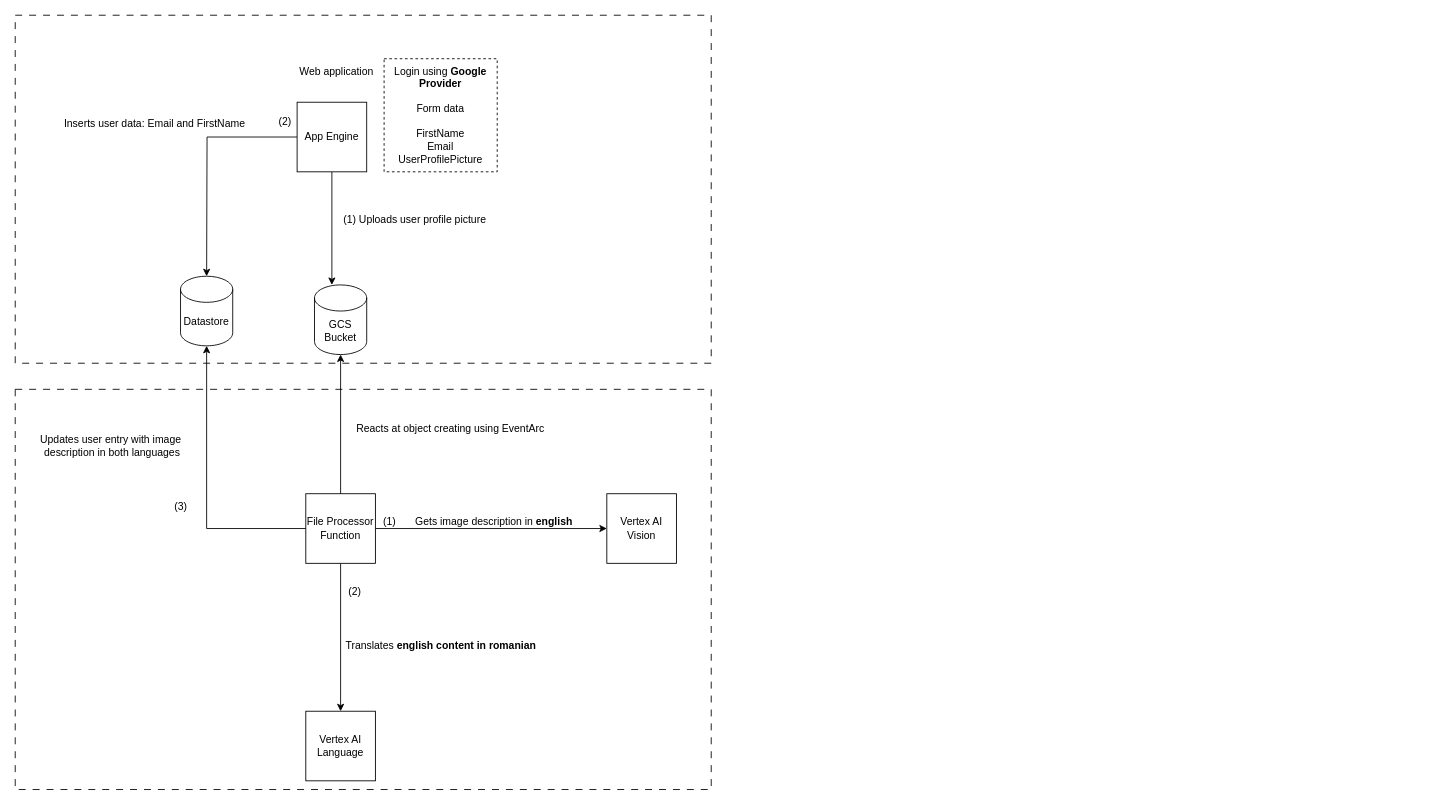
This is samples/google-cloud-sample/diagrams/google_cloud_app.drawio from matei97/fii-cloud-computing-practice, a draw.io file, before an edit. Source tidied: cells renumbered, new cells numbered last; positions are measured from the earlier drawing's top-left corner, leaving out a move shared by most shapes. Both pictures are drawn from the tidied source at 87%, with x=0, y=0 at pixel (15, 15).
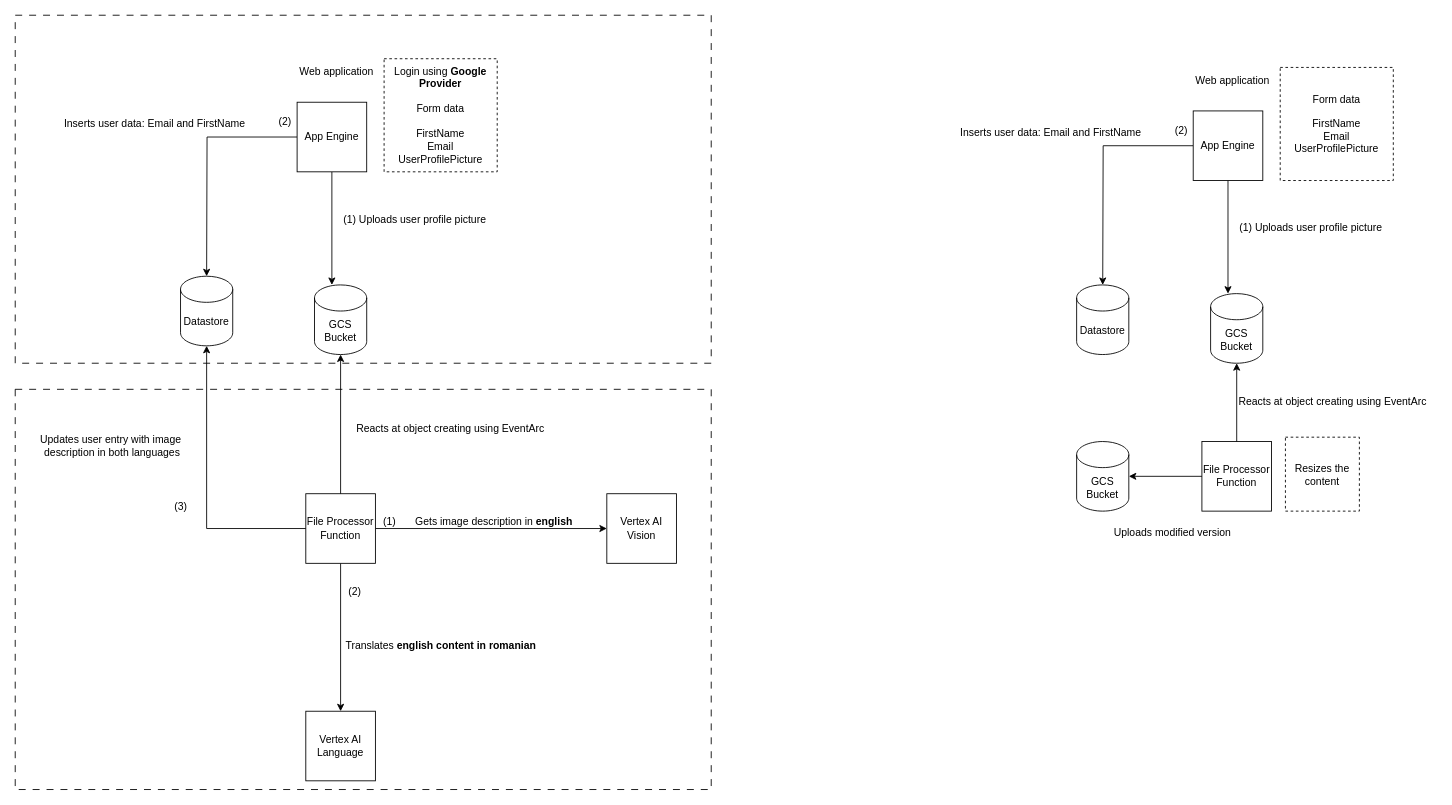
The same diagram, later.

Diff of the diagram source:
```diff
@@
+    <mxCell id="28" value="Web application" style="text;html=1;align=center;verticalAlign=middle;strokeColor=none;fillColor=none;" parent="1" vertex="1">
+      <mxGeometry x="1344" y="60" width="110" height="30" as="geometry" />
+    </mxCell>
+    <mxCell id="29" value="Form data&lt;div&gt;&lt;br&gt;&lt;div&gt;FirstName&lt;/div&gt;&lt;div&gt;Email&lt;br&gt;UserProfilePicture&lt;/div&gt;&lt;/div&gt;" style="whiteSpace=wrap;html=1;dashed=1;" parent="1" vertex="1">
+      <mxGeometry x="1454" y="60" width="130" height="130" as="geometry" />
+    </mxCell>
+    <mxCell id="30" style="edgeStyle=orthogonalEdgeStyle;rounded=0;jettySize=auto;html=1;" parent="1" edge="1" source="32">
+      <mxGeometry relative="1" as="geometry">
+        <mxPoint x="1250" y="310" as="targetPoint" />
+      </mxGeometry>
+    </mxCell>
+    <mxCell id="31" style="edgeStyle=orthogonalEdgeStyle;rounded=0;jettySize=auto;html=1;entryX=0.333;entryY=0;entryDx=0;entryDy=0;entryPerimeter=0;" parent="1" edge="1" source="32" target="36">
+      <mxGeometry relative="1" as="geometry" />
+    </mxCell>
+    <mxCell id="32" value="App Engine" style="whiteSpace=wrap;html=1;" parent="1" vertex="1">
+      <mxGeometry x="1354" y="110" width="80" height="80" as="geometry" />
+    </mxCell>
+    <mxCell id="33" value="Datastore" style="shape=cylinder3;whiteSpace=wrap;html=1;boundedLbl=1;backgroundOutline=1;size=15;" parent="1" vertex="1">
+      <mxGeometry x="1220" y="310" width="60" height="80" as="geometry" />
+    </mxCell>
+    <mxCell id="34" value="File Processor Function" style="whiteSpace=wrap;html=1;" parent="1" vertex="1">
+      <mxGeometry x="1364" y="490" width="80" height="80" as="geometry" />
+    </mxCell>
+    <mxCell id="35" value="Reacts at object creating using EventArc" style="text;html=1;align=center;verticalAlign=middle;strokeColor=none;fillColor=none;" parent="1" vertex="1">
+      <mxGeometry x="1394" y="430" width="240" height="30" as="geometry" />
+    </mxCell>
+    <mxCell id="36" value="GCS&lt;br&gt;Bucket" style="shape=cylinder3;whiteSpace=wrap;html=1;boundedLbl=1;backgroundOutline=1;size=15;" parent="1" vertex="1">
+      <mxGeometry x="1374" y="320" width="60" height="80" as="geometry" />
+    </mxCell>
+    <mxCell id="37" style="edgeStyle=orthogonalEdgeStyle;rounded=0;jettySize=auto;html=1;entryX=0.5;entryY=1;entryDx=0;entryDy=0;entryPerimeter=0;" parent="1" edge="1" source="34" target="36">
+      <mxGeometry relative="1" as="geometry" />
+    </mxCell>
+    <mxCell id="38" value="(1) Uploads user profile picture" style="text;html=1;align=center;verticalAlign=middle;strokeColor=none;fillColor=none;" parent="1" vertex="1">
+      <mxGeometry x="1394" y="230" width="190" height="30" as="geometry" />
+    </mxCell>
+    <mxCell id="39" value="Inserts user data: Email and FirstName" style="text;html=1;align=center;verticalAlign=middle;strokeColor=none;fillColor=none;" parent="1" vertex="1">
+      <mxGeometry x="1075" y="120" width="230" height="30" as="geometry" />
+    </mxCell>
+    <mxCell id="40" value="(2)" style="text;html=1;align=center;verticalAlign=middle;strokeColor=none;fillColor=none;" parent="1" vertex="1">
+      <mxGeometry x="1320" y="118" width="40" height="30" as="geometry" />
+    </mxCell>
+    <mxCell id="41" value="GCS&lt;br&gt;Bucket" style="shape=cylinder3;whiteSpace=wrap;html=1;boundedLbl=1;backgroundOutline=1;size=15;" parent="1" vertex="1">
+      <mxGeometry x="1220" y="490" width="60" height="80" as="geometry" />
+    </mxCell>
+    <mxCell id="42" value="Resizes the content" style="whiteSpace=wrap;html=1;dashed=1;" parent="1" vertex="1">
+      <mxGeometry x="1460" y="485" width="85" height="85" as="geometry" />
+    </mxCell>
+    <mxCell id="43" value="Uploads modified version" style="text;html=1;align=center;verticalAlign=middle;strokeColor=none;fillColor=none;" parent="1" vertex="1">
+      <mxGeometry x="1250" y="580" width="160" height="30" as="geometry" />
+    </mxCell>
+    <mxCell id="44" style="edgeStyle=orthogonalEdgeStyle;rounded=0;jettySize=auto;html=1;entryX=1;entryY=0.5;entryDx=0;entryDy=0;entryPerimeter=0;" parent="1" edge="1" source="34" target="41">
+      <mxGeometry relative="1" as="geometry" />
+    </mxCell>
```
